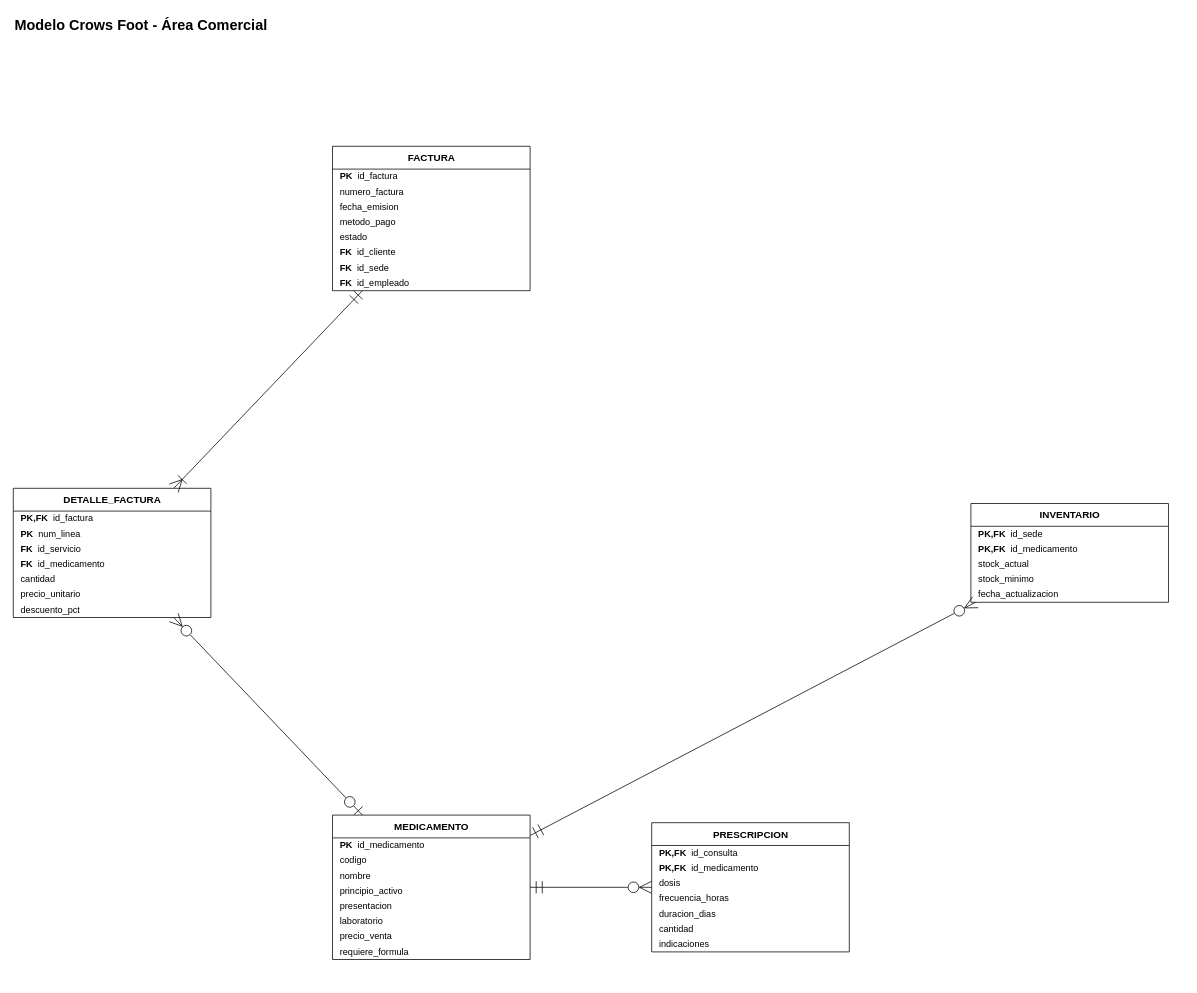
Earlier version of the draw.io diagram documentos/fase1/diagramas_drawio/22_CrowsFoot_Comercial.drawio (Estarlan/proyecto-bd1-sigevet). Source tidied: cells renumbered, new cells numbered last; positions are measured from the earlier drawing's top-left corner, leaving out a move shared by most shapes. Both pictures are drawn from the tidied source at 76%, with x=0, y=0 at pixel (13, 13).
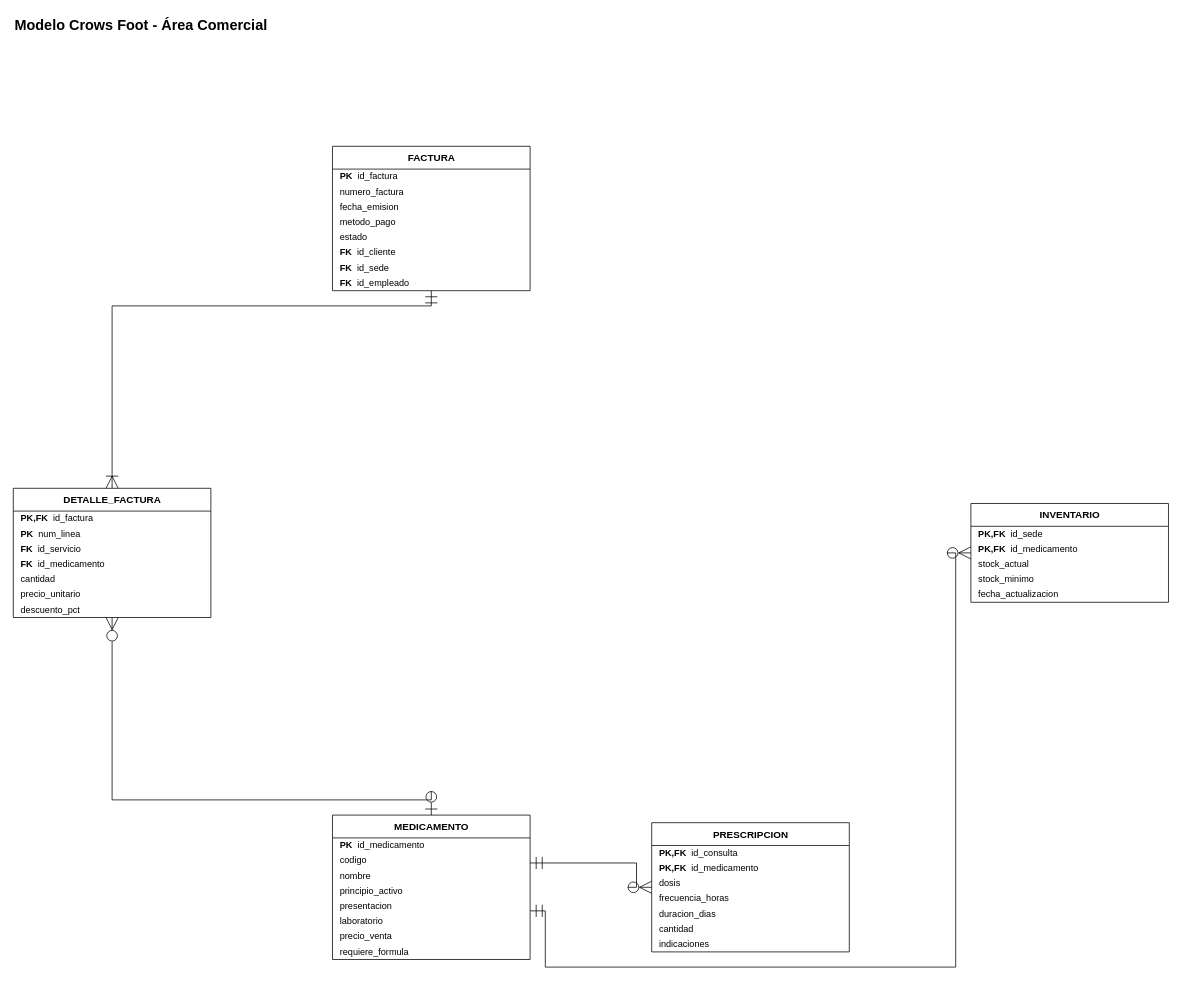
After the change.

Unchanged cells that the change refers to:
```xml
<mxCell id="3" value="MEDICAMENTO" style="swimlane;fontStyle=1;horizontal=1;startSize=30;html=1;fillColor=none;swimlaneFillColor=none;fontSize=13;" parent="1" vertex="1">
  <mxGeometry x="420" y="1055" width="260" height="190" as="geometry" />
</mxCell>
<mxCell id="12" value="PRESCRIPCION" style="swimlane;fontStyle=1;horizontal=1;startSize=30;html=1;fillColor=none;swimlaneFillColor=none;fontSize=13;" parent="1" vertex="1">
  <mxGeometry x="840" y="1065" width="260" height="170" as="geometry" />
</mxCell>
<mxCell id="20" value="INVENTARIO" style="swimlane;fontStyle=1;horizontal=1;startSize=30;html=1;fillColor=none;swimlaneFillColor=none;fontSize=13;" parent="1" vertex="1">
  <mxGeometry x="1260" y="645" width="260" height="130" as="geometry" />
</mxCell>
<mxCell id="26" value="FACTURA" style="swimlane;fontStyle=1;horizontal=1;startSize=30;html=1;fillColor=none;swimlaneFillColor=none;fontSize=13;" parent="1" vertex="1">
  <mxGeometry x="420" y="175" width="260" height="190" as="geometry" />
</mxCell>
<mxCell id="35" value="DETALLE_FACTURA" style="swimlane;fontStyle=1;horizontal=1;startSize=30;html=1;fillColor=none;swimlaneFillColor=none;fontSize=13;" parent="1" vertex="1">
  <mxGeometry y="625" width="260" height="170" as="geometry" />
</mxCell>
```

The edit, as a diff of the source:
```diff
@@
-    <mxCell id="43" style="html=1;endArrow=none;fontSize=12;labelBackgroundColor=default;startArrow=ERzeroToMany;endArrow=ERmandOne;startFill=0;endFill=0;startSize=14;endSize=14;jumpStyle=arc;jumpSize=10;" parent="1" edge="1" source="12" target="3">
-      <mxGeometry relative="1" as="geometry" />
+    <mxCell id="43" style="html=1;endArrow=none;fontSize=12;labelBackgroundColor=default;edgeStyle=none;rounded=0;exitX=0.00000000;exitY=0.50000000;exitPerimeter=0;entryX=1.00000000;entryY=0.33157895;entryPerimeter=0;startArrow=ERzeroToMany;endArrow=ERmandOne;startFill=0;endFill=0;startSize=14;endSize=14;" parent="1" edge="1" source="12" target="3">
+      <mxGeometry relative="1" as="geometry">
+        <Array as="points">
+          <mxPoint x="820" y="1150" />
+          <mxPoint x="820" y="1118" />
+        </Array>
+      </mxGeometry>
     </mxCell>
-    <mxCell id="44" style="html=1;endArrow=none;fontSize=12;labelBackgroundColor=default;startArrow=ERzeroToMany;endArrow=ERmandOne;startFill=0;endFill=0;startSize=14;endSize=14;jumpStyle=arc;jumpSize=10;" parent="1" edge="1" source="20" target="3">
-      <mxGeometry relative="1" as="geometry" />
+    <mxCell id="44" style="html=1;endArrow=none;fontSize=12;labelBackgroundColor=default;edgeStyle=none;rounded=0;exitX=0.00000000;exitY=0.50000000;exitPerimeter=0;entryX=1.00000000;entryY=0.66315789;entryPerimeter=0;startArrow=ERzeroToMany;endArrow=ERmandOne;startFill=0;endFill=0;startSize=14;endSize=14;" parent="1" edge="1" source="20" target="3">
+      <mxGeometry relative="1" as="geometry">
+        <Array as="points">
+          <mxPoint x="1240" y="710" />
+          <mxPoint x="1240" y="1255" />
+          <mxPoint x="700" y="1255" />
+          <mxPoint x="700" y="1181" />
+        </Array>
+      </mxGeometry>
     </mxCell>
-    <mxCell id="45" style="html=1;endArrow=none;fontSize=12;labelBackgroundColor=default;startArrow=ERoneToMany;endArrow=ERmandOne;startFill=0;endFill=0;startSize=14;endSize=14;jumpStyle=arc;jumpSize=10;" parent="1" edge="1" source="35" target="26">
-      <mxGeometry relative="1" as="geometry" />
+    <mxCell id="45" style="html=1;endArrow=none;fontSize=12;labelBackgroundColor=default;edgeStyle=none;rounded=0;exitX=0.50000000;exitY=0.00000000;exitPerimeter=0;entryX=0.50000000;entryY=1.00000000;entryPerimeter=0;startArrow=ERoneToMany;endArrow=ERmandOne;startFill=0;endFill=0;startSize=14;endSize=14;" parent="1" edge="1" source="35" target="26">
+      <mxGeometry relative="1" as="geometry">
+        <Array as="points">
+          <mxPoint x="130" y="385" />
+          <mxPoint x="550" y="385" />
+        </Array>
+      </mxGeometry>
     </mxCell>
-    <mxCell id="46" style="html=1;endArrow=none;fontSize=12;labelBackgroundColor=default;startArrow=ERzeroToMany;endArrow=ERzeroToOne;startFill=0;endFill=0;startSize=14;endSize=14;jumpStyle=arc;jumpSize=10;" parent="1" edge="1" source="35" target="3">
-      <mxGeometry relative="1" as="geometry" />
+    <mxCell id="46" style="html=1;endArrow=none;fontSize=12;labelBackgroundColor=default;edgeStyle=none;rounded=0;exitX=0.50000000;exitY=1.00000000;exitPerimeter=0;entryX=0.50000000;entryY=0.00000000;entryPerimeter=0;startArrow=ERzeroToMany;endArrow=ERzeroToOne;startFill=0;endFill=0;startSize=14;endSize=14;" parent="1" edge="1" source="35" target="3">
+      <mxGeometry relative="1" as="geometry">
+        <Array as="points">
+          <mxPoint x="130" y="1035" />
+          <mxPoint x="550" y="1035" />
+        </Array>
+      </mxGeometry>
     </mxCell>
```
